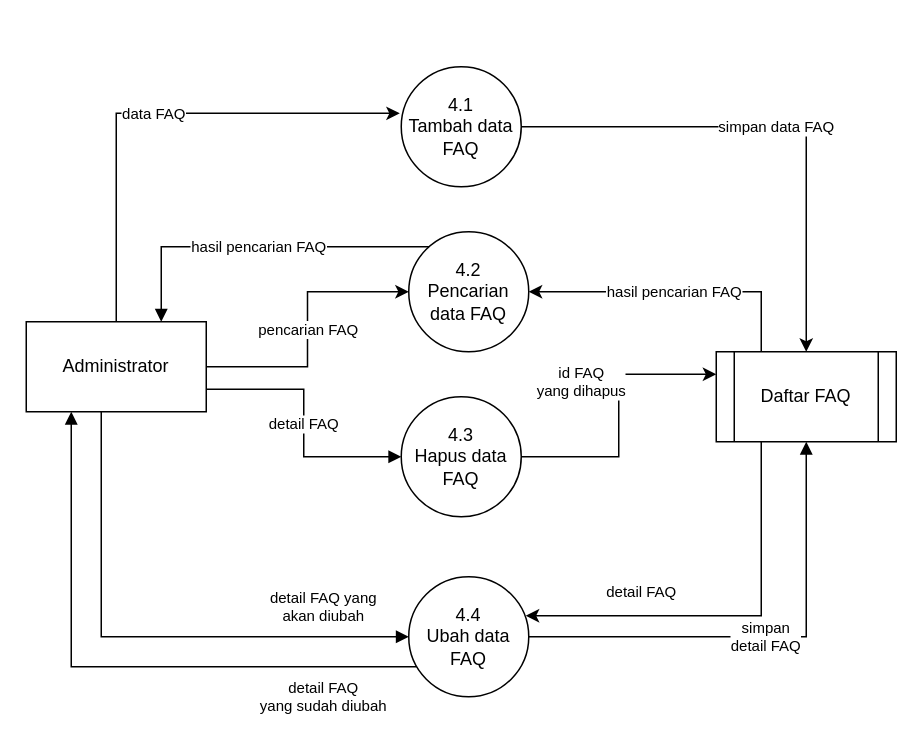
This is page "DFD lv.2 4.0" (10 of 26) of Kerjaan 2022/ERD.drawio from Mithaau/Kerjaan-2022, a draw.io file, before an edit. Source tidied: cells renumbered, new cells numbered last; positions are measured from the earlier drawing's top-left corner, leaving out a move shared by most shapes. Both pictures are drawn from the tidied source at 150%, with x=0, y=0 at pixel (26, 66).
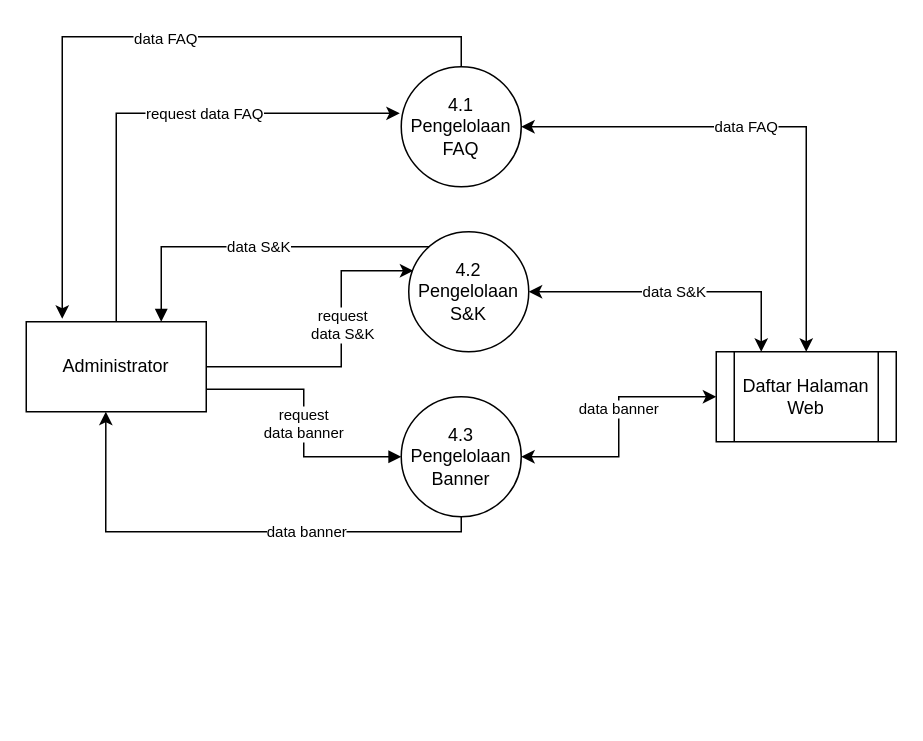
The same diagram, later.

Unchanged cells that the change refers to:
```xml
<mxCell id="6" value="Administrator" style="rounded=0;whiteSpace=wrap;html=1;fontSize=12;" parent="1" vertex="1">
  <mxGeometry y="170" width="120" height="60" as="geometry" />
</mxCell>
```

What changed in the source:
```diff
@@
-    <mxCell id="2" value="&lt;font style=&quot;font-size: 10px;&quot;&gt;data FAQ&lt;/font&gt;" style="edgeStyle=orthogonalEdgeStyle;rounded=0;jettySize=auto;html=1;entryX=-0.012;entryY=0.388;entryDx=0;entryDy=0;entryPerimeter=0;fontSize=12;startArrow=none;startFill=0;strokeColor=#000000;" parent="1" edge="1" source="6" target="8">
-      <mxGeometry relative="1" as="geometry">
+    <mxCell id="2" value="&lt;font style=&quot;font-size: 10px;&quot;&gt;request data FAQ&lt;/font&gt;" style="edgeStyle=orthogonalEdgeStyle;rounded=0;jettySize=auto;html=1;entryX=-0.012;entryY=0.388;entryDx=0;entryDy=0;entryPerimeter=0;fontSize=12;startArrow=none;startFill=0;strokeColor=#000000;" parent="1" edge="1" source="6" target="8">
+      <mxGeometry x="0.21" relative="1" as="geometry">
         <Array as="points">
           <mxPoint x="60" y="31" />
         </Array>
       </mxGeometry>
     </mxCell>
+    <mxCell id="4" value="request&lt;br&gt;data banner" style="edgeStyle=orthogonalEdgeStyle;rounded=0;jettySize=auto;html=1;entryX=0;entryY=0.5;entryDx=0;entryDy=0;fontSize=10;startArrow=none;startFill=0;endArrow=block;endFill=1;strokeColor=#000000;exitX=1;exitY=0.75;exitDx=0;exitDy=0;" parent="1" edge="1" source="6" target="12">
+      <mxGeometry relative="1" as="geometry" />
+    </mxCell>
-    <mxCell id="3" value="pencarian FAQ" style="edgeStyle=orthogonalEdgeStyle;rounded=0;jettySize=auto;html=1;entryX=0;entryY=0.5;entryDx=0;entryDy=0;fontSize=10;startArrow=none;startFill=0;strokeColor=#000000;" parent="1" edge="1" source="6" target="10">
-      <mxGeometry relative="1" as="geometry" />
+    <mxCell id="3" style="edgeStyle=orthogonalEdgeStyle;rounded=0;jumpStyle=arc;jettySize=auto;html=1;exitX=1;exitY=0;exitDx=0;exitDy=0;entryX=0.038;entryY=0.325;entryDx=0;entryDy=0;entryPerimeter=0;fontSize=10;startArrow=none;startFill=0;" parent="1" edge="1" source="6" target="10">
+      <mxGeometry relative="1" as="geometry">
+        <Array as="points">
+          <mxPoint x="120" y="200" />
+          <mxPoint x="210" y="200" />
+          <mxPoint x="210" y="136" />
+        </Array>
+      </mxGeometry>
     </mxCell>
-    <mxCell id="4" value="detail FAQ" style="edgeStyle=orthogonalEdgeStyle;rounded=0;jettySize=auto;html=1;entryX=0;entryY=0.5;entryDx=0;entryDy=0;fontSize=10;startArrow=none;startFill=0;endArrow=block;endFill=1;strokeColor=#000000;exitX=1;exitY=0.75;exitDx=0;exitDy=0;" parent="1" edge="1" source="6" target="12">
-      <mxGeometry relative="1" as="geometry" />
-    </mxCell>
-    <mxCell id="5" value="detail FAQ yang&lt;br&gt;akan diubah" style="edgeStyle=orthogonalEdgeStyle;rounded=0;jettySize=auto;html=1;entryX=0;entryY=0.5;entryDx=0;entryDy=0;fontSize=10;startArrow=none;startFill=0;endArrow=block;endFill=1;strokeColor=#000000;" parent="1" edge="1" source="6" target="18">
-      <mxGeometry x="0.68" y="20" relative="1" as="geometry">
-        <Array as="points">
-          <mxPoint x="50" y="380" />
-        </Array>
-      </mxGeometry>
-    </mxCell>
+    <mxCell id="20" value="request&lt;br&gt;data S&amp;amp;K" style="edgeLabel;html=1;align=center;verticalAlign=middle;fontSize=10;" parent="3" vertex="1">
+      <mxGeometry x="0.09" y="-2" relative="1" as="geometry">
+        <mxPoint x="-2" y="-23" as="offset" />
+      </mxGeometry>
+    </mxCell>
@@
-    <mxCell id="7" value="simpan data FAQ" style="edgeStyle=orthogonalEdgeStyle;rounded=0;jettySize=auto;html=1;entryX=0.5;entryY=0;entryDx=0;entryDy=0;fontSize=10;startArrow=none;startFill=0;strokeColor=#000000;" parent="1" edge="1" source="8" target="15">
-      <mxGeometry relative="1" as="geometry" />
+    <mxCell id="7" value="data FAQ" style="edgeStyle=orthogonalEdgeStyle;rounded=0;jettySize=auto;html=1;entryX=0.5;entryY=0;entryDx=0;entryDy=0;fontSize=10;startArrow=classic;startFill=1;strokeColor=#000000;" parent="1" edge="1" source="8" target="15">
+      <mxGeometry x="-0.12" relative="1" as="geometry" />
     </mxCell>
+    <mxCell id="21" style="edgeStyle=orthogonalEdgeStyle;rounded=0;jumpStyle=none;jettySize=auto;html=1;entryX=0.2;entryY=-0.033;entryDx=0;entryDy=0;entryPerimeter=0;fontSize=10;startArrow=none;startFill=0;" parent="1" edge="1" source="8" target="6">
+      <mxGeometry relative="1" as="geometry">
+        <Array as="points">
+          <mxPoint x="290" y="-20" />
+          <mxPoint x="24" y="-20" />
+        </Array>
+      </mxGeometry>
+    </mxCell>
+    <mxCell id="22" value="data FAQ" style="edgeLabel;html=1;align=center;verticalAlign=middle;fontSize=10;" parent="21" vertex="1">
+      <mxGeometry x="-0.08" relative="1" as="geometry" />
+    </mxCell>
-    <mxCell id="8" value="4.1 &lt;br&gt;Tambah data FAQ" style="ellipse;whiteSpace=wrap;html=1;fontSize=12;" parent="1" vertex="1">
+    <mxCell id="8" value="4.1 &lt;br&gt;Pengelolaan FAQ" style="ellipse;whiteSpace=wrap;html=1;fontSize=12;" parent="1" vertex="1">
       <mxGeometry x="250" width="80" height="80" as="geometry" />
     </mxCell>
-    <mxCell id="9" value="hasil pencarian FAQ" style="edgeStyle=orthogonalEdgeStyle;rounded=0;jettySize=auto;html=1;entryX=0.75;entryY=0;entryDx=0;entryDy=0;fontSize=10;startArrow=none;startFill=0;endArrow=block;endFill=1;strokeColor=#000000;" parent="1" edge="1" source="10" target="6">
+    <mxCell id="9" value="data S&amp;amp;K" style="edgeStyle=orthogonalEdgeStyle;rounded=0;jettySize=auto;html=1;entryX=0.75;entryY=0;entryDx=0;entryDy=0;fontSize=10;startArrow=none;startFill=0;endArrow=block;endFill=1;strokeColor=#000000;" parent="1" edge="1" source="10" target="6">
       <mxGeometry relative="1" as="geometry">
         <Array as="points">
           <mxPoint x="90" y="120" />
         </Array>
       </mxGeometry>
     </mxCell>
-    <mxCell id="10" value="4.2 &lt;br&gt;Pencarian data FAQ" style="ellipse;whiteSpace=wrap;html=1;fontSize=12;" parent="1" vertex="1">
+    <mxCell id="10" value="4.2 &lt;br&gt;Pengelolaan S&amp;amp;K" style="ellipse;whiteSpace=wrap;html=1;fontSize=12;" parent="1" vertex="1">
       <mxGeometry x="255" y="110" width="80" height="80" as="geometry" />
     </mxCell>
-    <mxCell id="11" value="id FAQ&lt;br&gt;yang dihapus" style="edgeStyle=orthogonalEdgeStyle;rounded=0;jettySize=auto;html=1;entryX=0;entryY=0.25;entryDx=0;entryDy=0;fontSize=10;startArrow=none;startFill=0;strokeColor=#000000;" parent="1" edge="1" source="12" target="15">
-      <mxGeometry x="0.24" y="25" relative="1" as="geometry" />
+    <mxCell id="11" value="data banner" style="edgeStyle=orthogonalEdgeStyle;rounded=0;jettySize=auto;html=1;fontSize=10;startArrow=classic;startFill=1;strokeColor=#000000;entryX=0;entryY=0.5;entryDx=0;entryDy=0;" parent="1" edge="1" source="12" target="15">
+      <mxGeometry x="0.14" relative="1" as="geometry" />
     </mxCell>
+    <mxCell id="23" style="edgeStyle=orthogonalEdgeStyle;rounded=0;jumpStyle=none;jettySize=auto;html=1;entryX=0.442;entryY=1;entryDx=0;entryDy=0;entryPerimeter=0;fontSize=10;startArrow=none;startFill=0;" parent="1" edge="1" source="12" target="6">
+      <mxGeometry relative="1" as="geometry">
+        <Array as="points">
+          <mxPoint x="290" y="310" />
+          <mxPoint x="53" y="310" />
+        </Array>
+      </mxGeometry>
+    </mxCell>
+    <mxCell id="24" value="data banner" style="edgeLabel;html=1;align=center;verticalAlign=middle;fontSize=10;" parent="23" vertex="1">
+      <mxGeometry x="-0.3" y="-1" relative="1" as="geometry" />
+    </mxCell>
-    <mxCell id="12" value="4.3 &lt;br&gt;Hapus data FAQ" style="ellipse;whiteSpace=wrap;html=1;fontSize=12;" parent="1" vertex="1">
+    <mxCell id="12" value="4.3 &lt;br&gt;Pengelolaan Banner" style="ellipse;whiteSpace=wrap;html=1;fontSize=12;" parent="1" vertex="1">
       <mxGeometry x="250" y="220" width="80" height="80" as="geometry" />
     </mxCell>
-    <mxCell id="13" value="hasil pencarian FAQ" style="edgeStyle=orthogonalEdgeStyle;rounded=0;jettySize=auto;html=1;fontSize=10;startArrow=none;startFill=0;strokeColor=#000000;exitX=0.25;exitY=0;exitDx=0;exitDy=0;" parent="1" edge="1" source="15" target="10">
+    <mxCell id="13" value="data S&amp;amp;K" style="edgeStyle=orthogonalEdgeStyle;rounded=0;jettySize=auto;html=1;fontSize=10;startArrow=classic;startFill=1;strokeColor=#000000;exitX=0.25;exitY=0;exitDx=0;exitDy=0;" parent="1" edge="1" source="15" target="10">
       <mxGeometry relative="1" as="geometry" />
     </mxCell>
-    <mxCell id="14" style="edgeStyle=orthogonalEdgeStyle;rounded=0;jettySize=auto;html=1;exitX=0.25;exitY=1;exitDx=0;exitDy=0;entryX=0.975;entryY=0.325;entryDx=0;entryDy=0;entryPerimeter=0;" parent="1" edge="1" source="15" target="18">
-      <mxGeometry relative="1" as="geometry">
-        <Array as="points">
-          <mxPoint x="490" y="366" />
-        </Array>
-      </mxGeometry>
-    </mxCell>
-    <mxCell id="15" value="Daftar FAQ" style="shape=process;whiteSpace=wrap;html=1;backgroundOutline=1;fontSize=12;" parent="1" vertex="1">
+    <mxCell id="15" value="Daftar Halaman Web" style="shape=process;whiteSpace=wrap;html=1;backgroundOutline=1;fontSize=12;" parent="1" vertex="1">
       <mxGeometry x="460" y="190" width="120" height="60" as="geometry" />
     </mxCell>
-    <mxCell id="16" value="simpan &lt;br&gt;detail FAQ" style="edgeStyle=orthogonalEdgeStyle;rounded=0;jettySize=auto;html=1;entryX=0.5;entryY=1;entryDx=0;entryDy=0;fontSize=10;startArrow=none;startFill=0;endArrow=block;endFill=1;strokeColor=#000000;" parent="1" edge="1" source="18" target="15">
-      <mxGeometry relative="1" as="geometry">
-        <Array as="points">
-          <mxPoint x="520" y="380" />
-        </Array>
-      </mxGeometry>
-    </mxCell>
-    <mxCell id="17" value="detail FAQ&lt;br&gt;yang sudah diubah" style="edgeStyle=orthogonalEdgeStyle;rounded=0;jettySize=auto;html=1;entryX=0.25;entryY=1;entryDx=0;entryDy=0;fontSize=10;startArrow=none;startFill=0;endArrow=block;endFill=1;strokeColor=#000000;" parent="1" edge="1" source="18" target="6">
-      <mxGeometry x="-0.69" y="20" relative="1" as="geometry">
-        <Array as="points">
-          <mxPoint x="30" y="400" />
-        </Array>
-      </mxGeometry>
-    </mxCell>
-    <mxCell id="18" value="4.4&lt;br&gt;Ubah data FAQ" style="ellipse;whiteSpace=wrap;html=1;fontSize=12;" parent="1" vertex="1">
-      <mxGeometry x="255" y="340" width="80" height="80" as="geometry" />
-    </mxCell>
-    <mxCell id="19" value="&lt;font style=&quot;font-size: 10px;&quot;&gt;detail FAQ&lt;/font&gt;" style="text;html=1;align=center;verticalAlign=middle;strokeColor=none;fillColor=none;" parent="1" vertex="1">
-      <mxGeometry x="380" y="340" width="60" height="20" as="geometry" />
-    </mxCell>
```
